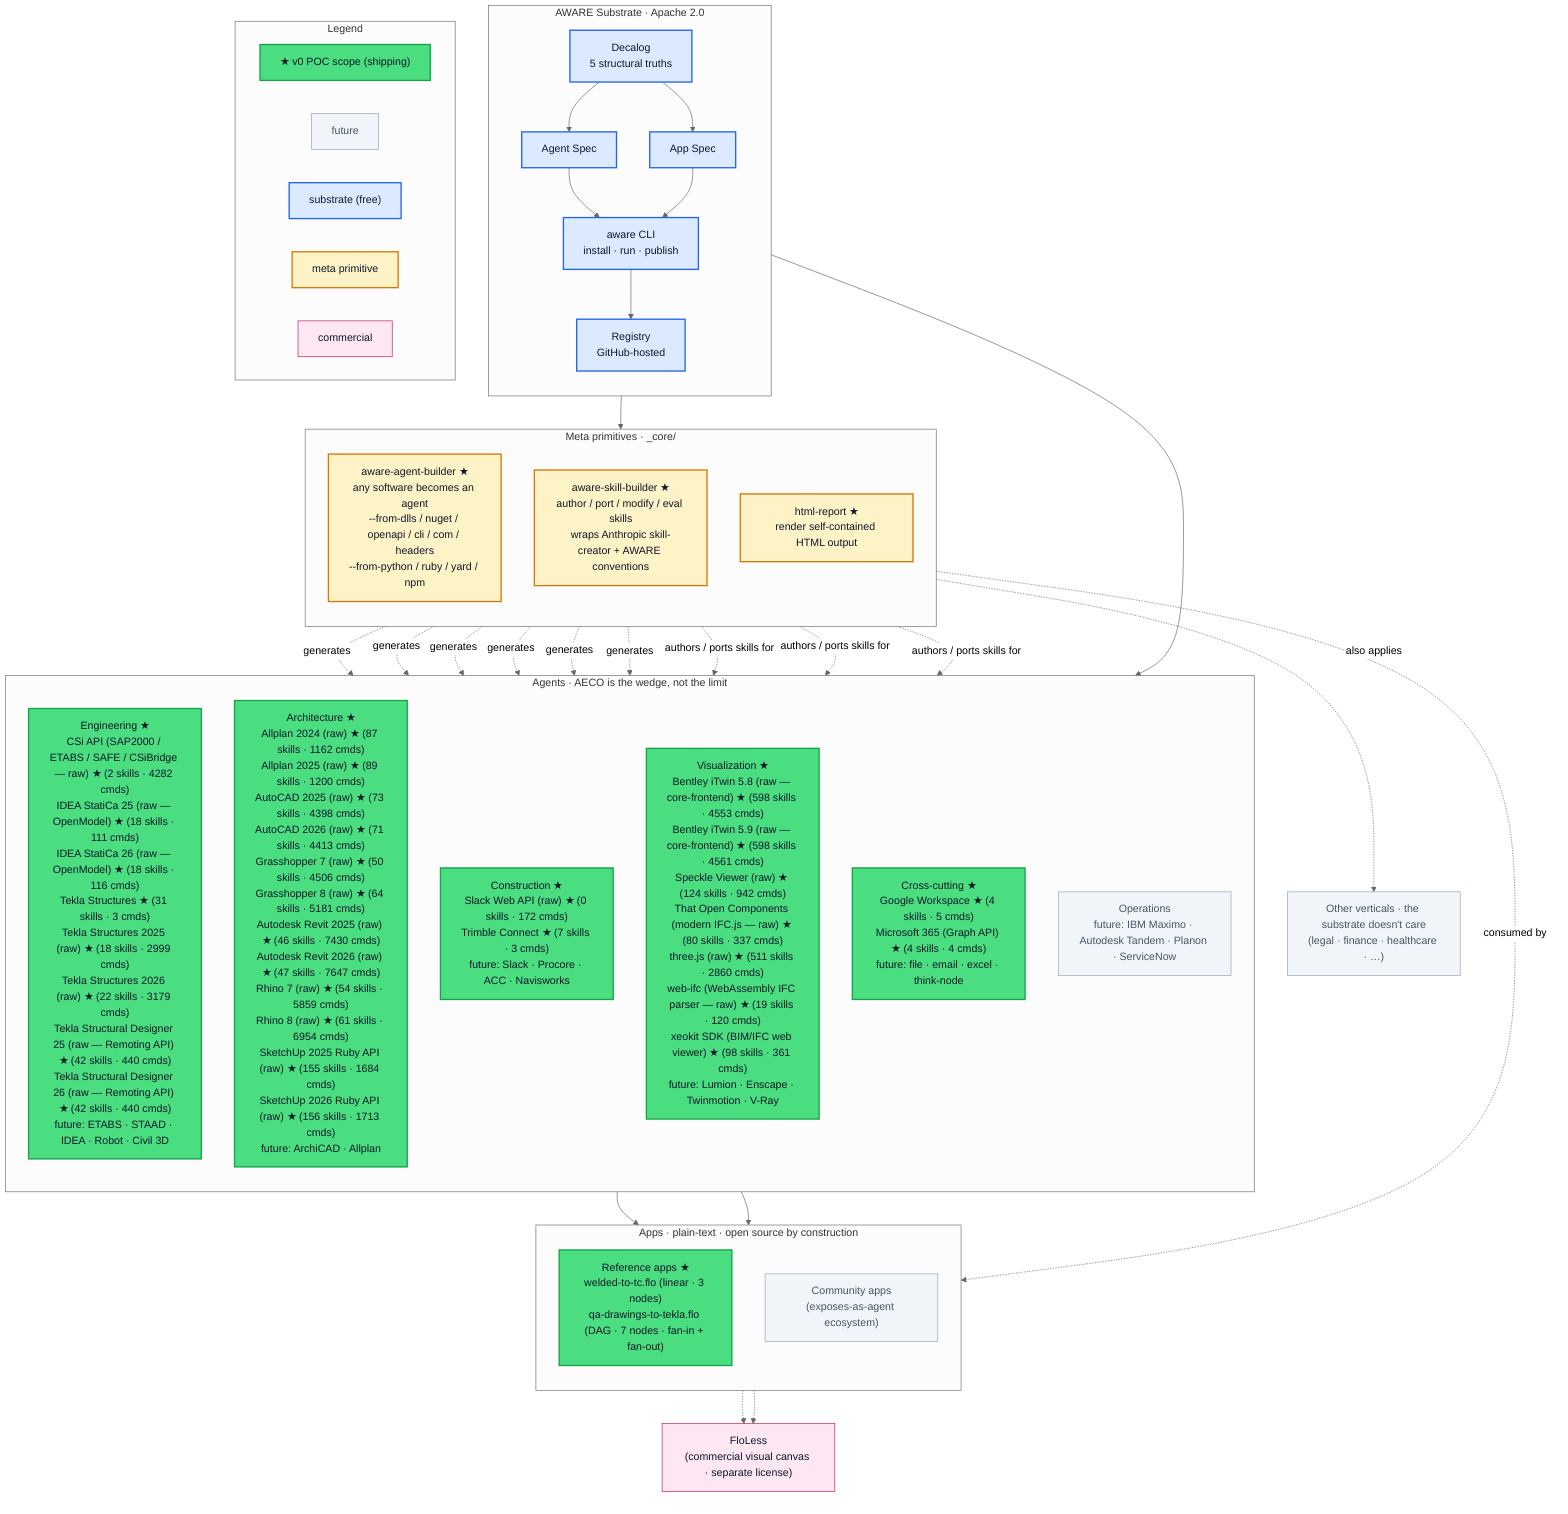
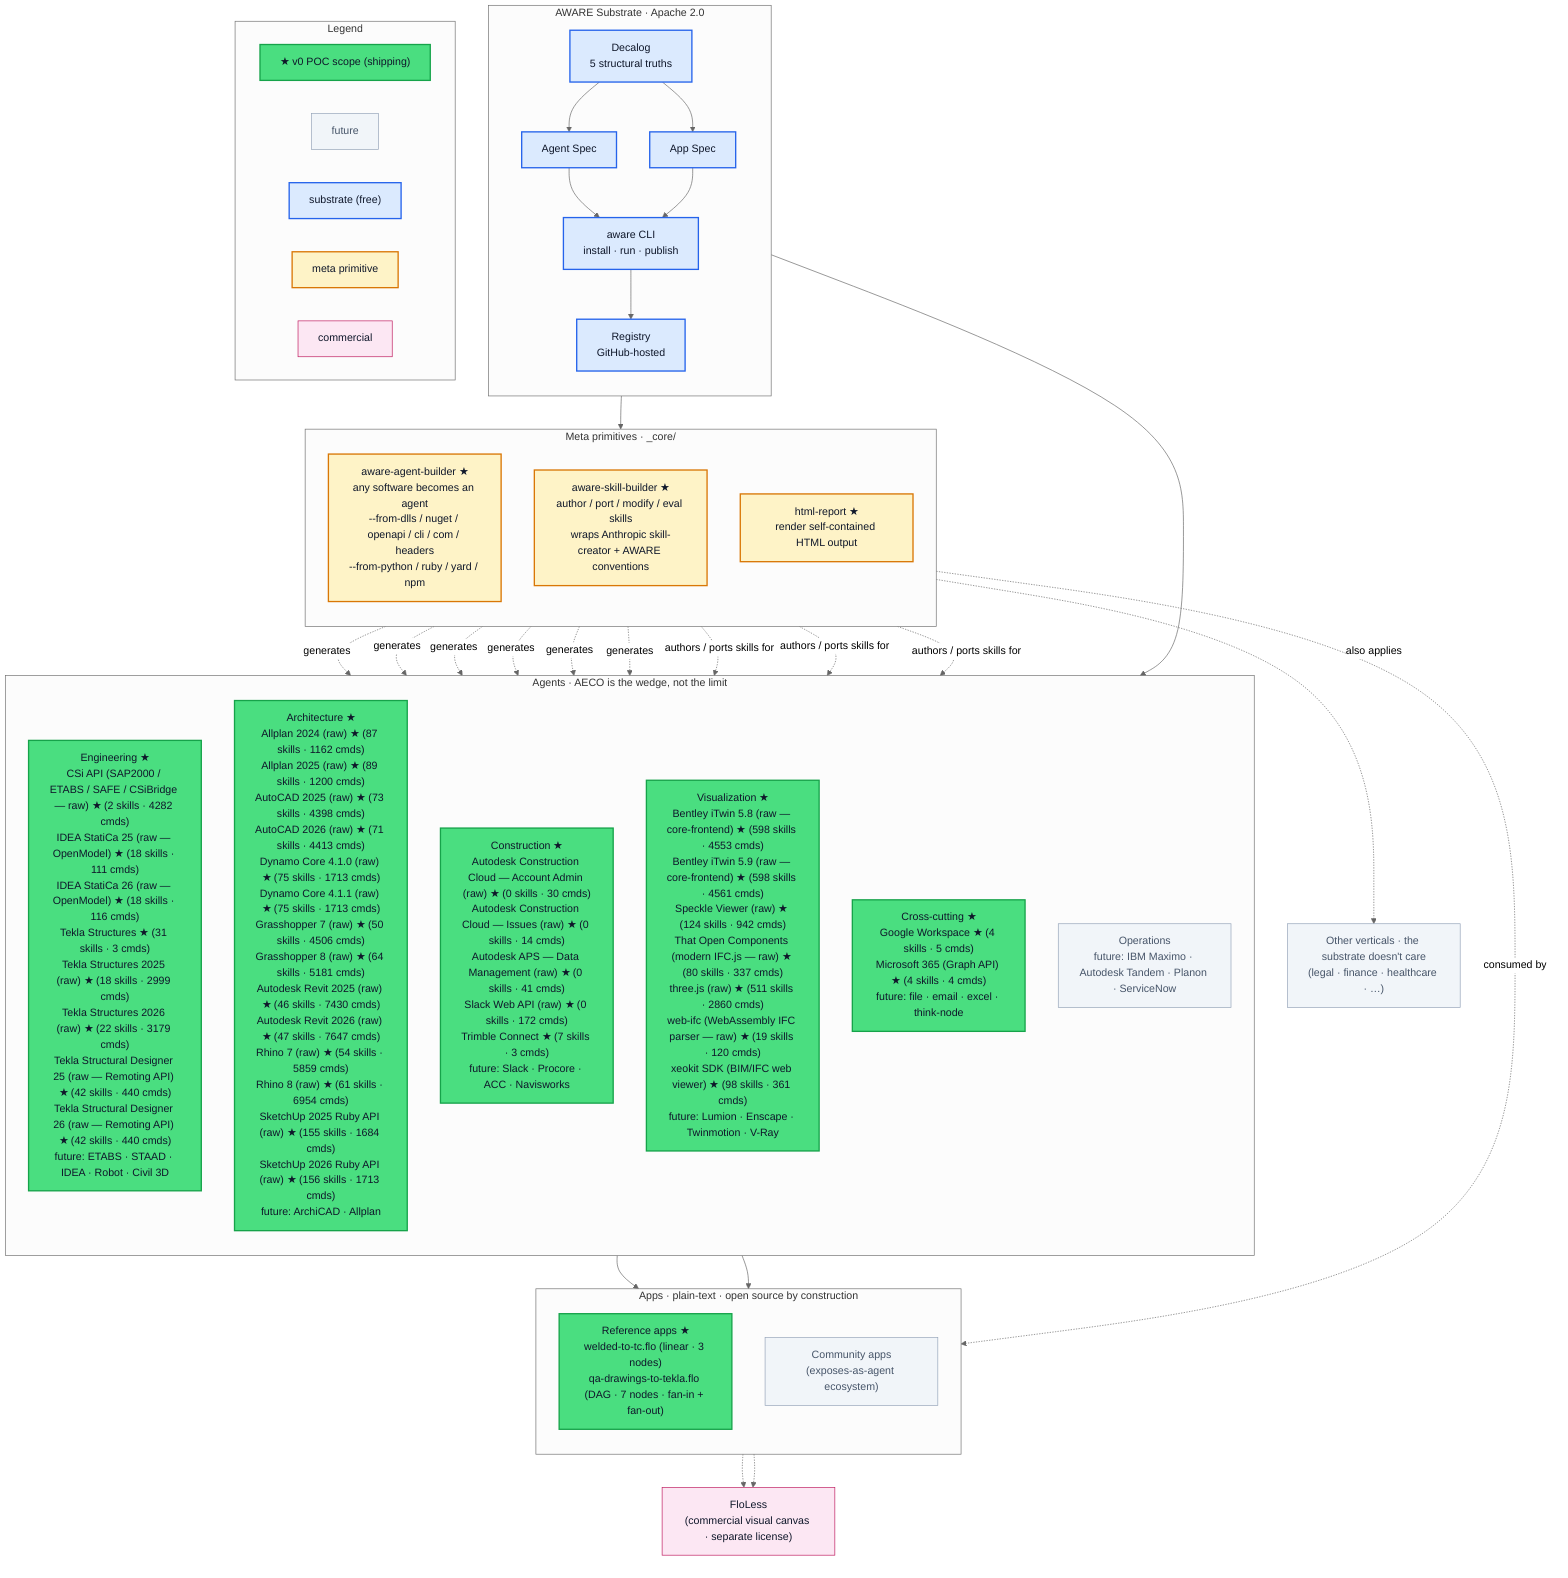
%%{init: {'theme':'neutral'}}%%
graph TB

  %% =========================================================
  %% Style classes
  %% =========================================================
  classDef poc        fill:#4ade80,stroke:#16a34a,color:#0f172a,stroke-width:2px
  classDef future     fill:#f1f5f9,stroke:#94a3b8,color:#475569
  classDef substrate  fill:#dbeafe,stroke:#2563eb,color:#0f172a,stroke-width:2px
  classDef meta       fill:#fef3c7,stroke:#d97706,color:#0f172a,stroke-width:2px
  classDef app        fill:#e0e7ff,stroke:#6366f1,color:#0f172a
  classDef commercial fill:#fce7f3,stroke:#be185d,color:#0f172a

  %% =========================================================
  %% Substrate · Apache 2.0
  %% =========================================================
  subgraph SUB["AWARE Substrate · Apache 2.0"]
    direction TB
    Decalog["Decalog<br/>5 structural truths"]:::substrate
    AgentSpec["Agent Spec"]:::substrate
    AppSpec["App Spec"]:::substrate
    CLI["aware CLI<br/>install · run · publish"]:::substrate
    Registry["Registry<br/>GitHub-hosted"]:::substrate

    Decalog --> AgentSpec
    Decalog --> AppSpec
    AgentSpec --> CLI
    AppSpec --> CLI
    CLI --> Registry
  end

  %% =========================================================
  %% Meta primitives — under _core/
  %% =========================================================
  subgraph META["Meta primitives · _core/"]
    direction TB
    Builder["aware-agent-builder ★<br/>any software becomes an agent<br/>--from-dlls / nuget / openapi / cli / com / headers<br/>--from-python / ruby / yard / npm"]:::meta
    SkillBuilder["aware-skill-builder ★<br/>author / port / modify / eval skills<br/>wraps Anthropic skill-creator + AWARE conventions"]:::meta
    HtmlReport["html-report ★<br/>render self-contained HTML output"]:::meta
  end

  %% =========================================================
  %% Agents · AECO (the wedge)
  %% =========================================================
  subgraph AGENTS["Agents · AECO is the wedge, not the limit"]
    direction TB

    %% AWARE-AUTOGEN-AGENTS-BEGIN (regenerated by `aware diagram regenerate --in-place 40-diagrams/aware-master.mmd`)
    Eng["Engineering ★<br/>CSi API (SAP2000 / ETABS / SAFE / CSiBridge — raw) ★ (2 skills · 4282 cmds)<br/>IDEA StatiCa 25 (raw — OpenModel) ★ (18 skills · 111 cmds)<br/>IDEA StatiCa 26 (raw — OpenModel) ★ (18 skills · 116 cmds)<br/>Tekla Structures ★ (31 skills · 3 cmds)<br/>Tekla Structures 2025 (raw) ★ (18 skills · 2999 cmds)<br/>Tekla Structures 2026 (raw) ★ (22 skills · 3179 cmds)<br/>Tekla Structural Designer 25 (raw — Remoting API) ★ (42 skills · 440 cmds)<br/>Tekla Structural Designer 26 (raw — Remoting API) ★ (42 skills · 440 cmds)<br/>future: ETABS · STAAD · IDEA · Robot · Civil 3D"]:::poc
-     Arch["Architecture ★<br/>Allplan 2024 (raw) ★ (87 skills · 1162 cmds)<br/>Allplan 2025 (raw) ★ (89 skills · 1200 cmds)<br/>AutoCAD 2025 (raw) ★ (73 skills · 4398 cmds)<br/>AutoCAD 2026 (raw) ★ (71 skills · 4413 cmds)<br/>Grasshopper 7 (raw) ★ (50 skills · 4506 cmds)<br/>Grasshopper 8 (raw) ★ (64 skills · 5181 cmds)<br/>Autodesk Revit 2025 (raw) ★ (46 skills · 7430 cmds)<br/>Autodesk Revit 2026 (raw) ★ (47 skills · 7647 cmds)<br/>Rhino 7 (raw) ★ (54 skills · 5859 cmds)<br/>Rhino 8 (raw) ★ (61 skills · 6954 cmds)<br/>SketchUp 2025 Ruby API (raw) ★ (155 skills · 1684 cmds)<br/>SketchUp 2026 Ruby API (raw) ★ (156 skills · 1713 cmds)<br/>future: ArchiCAD · Allplan"]:::poc
-     Cons["Construction ★<br/>Slack Web API (raw) ★ (0 skills · 172 cmds)<br/>Trimble Connect ★ (7 skills · 3 cmds)<br/>future: Slack · Procore · ACC · Navisworks"]:::poc
+     Arch["Architecture ★<br/>Allplan 2024 (raw) ★ (87 skills · 1162 cmds)<br/>Allplan 2025 (raw) ★ (89 skills · 1200 cmds)<br/>AutoCAD 2025 (raw) ★ (73 skills · 4398 cmds)<br/>AutoCAD 2026 (raw) ★ (71 skills · 4413 cmds)<br/>Dynamo Core 4.1.0 (raw) ★ (75 skills · 1713 cmds)<br/>Dynamo Core 4.1.1 (raw) ★ (75 skills · 1713 cmds)<br/>Grasshopper 7 (raw) ★ (50 skills · 4506 cmds)<br/>Grasshopper 8 (raw) ★ (64 skills · 5181 cmds)<br/>Autodesk Revit 2025 (raw) ★ (46 skills · 7430 cmds)<br/>Autodesk Revit 2026 (raw) ★ (47 skills · 7647 cmds)<br/>Rhino 7 (raw) ★ (54 skills · 5859 cmds)<br/>Rhino 8 (raw) ★ (61 skills · 6954 cmds)<br/>SketchUp 2025 Ruby API (raw) ★ (155 skills · 1684 cmds)<br/>SketchUp 2026 Ruby API (raw) ★ (156 skills · 1713 cmds)<br/>future: ArchiCAD · Allplan"]:::poc
+     Cons["Construction ★<br/>Autodesk Construction Cloud — Account Admin (raw) ★ (0 skills · 30 cmds)<br/>Autodesk Construction Cloud — Issues (raw) ★ (0 skills · 14 cmds)<br/>Autodesk APS — Data Management (raw) ★ (0 skills · 41 cmds)<br/>Slack Web API (raw) ★ (0 skills · 172 cmds)<br/>Trimble Connect ★ (7 skills · 3 cmds)<br/>future: Slack · Procore · ACC · Navisworks"]:::poc
    Viz["Visualization ★<br/>Bentley iTwin 5.8 (raw — core-frontend) ★ (598 skills · 4553 cmds)<br/>Bentley iTwin 5.9 (raw — core-frontend) ★ (598 skills · 4561 cmds)<br/>Speckle Viewer (raw) ★ (124 skills · 942 cmds)<br/>That Open Components (modern IFC.js — raw) ★ (80 skills · 337 cmds)<br/>three.js (raw) ★ (511 skills · 2860 cmds)<br/>web-ifc (WebAssembly IFC parser — raw) ★ (19 skills · 120 cmds)<br/>xeokit SDK (BIM/IFC web viewer) ★ (98 skills · 361 cmds)<br/>future: Lumion · Enscape · Twinmotion · V-Ray"]:::poc
    Cross["Cross-cutting ★<br/>Google Workspace ★ (4 skills · 5 cmds)<br/>Microsoft 365 (Graph API) ★ (4 skills · 4 cmds)<br/>future: file · email · excel · think-node"]:::poc
    Ops["Operations<br/>future: IBM Maximo · Autodesk Tandem · Planon · ServiceNow"]:::future
%% AWARE-AUTOGEN-AGENTS-END
  end

  Other["Other verticals · the substrate doesn't care<br/>(legal · finance · healthcare · …)"]:::future

  %% =========================================================
  %% Apps · plain-text compositions
  %% =========================================================
  subgraph APPS["Apps · plain-text · open source by construction"]
    direction TB
    Refs["Reference apps ★<br/>welded-to-tc.flo (linear · 3 nodes)<br/>qa-drawings-to-tekla.flo (DAG · 7 nodes · fan-in + fan-out)"]:::poc
    Community["Community apps<br/>(exposes-as-agent ecosystem)"]:::future
  end

  %% =========================================================
  %% Commercial layer
  %% =========================================================
  FloLess["FloLess<br/>(commercial visual canvas · separate license)"]:::commercial

  %% =========================================================
  %% Wiring
  %% =========================================================
  Registry --> META
  Registry --> AGENTS

  Builder -. generates .-> Eng
  Builder -. generates .-> Cons
  Builder -. generates .-> Cross
  Builder -. generates .-> Arch
  Builder -. generates .-> Viz
  Builder -. generates .-> Ops
  Builder -. also applies .-> Other

  SkillBuilder -. authors / ports skills for .-> Eng
  SkillBuilder -. authors / ports skills for .-> Cons
  SkillBuilder -. authors / ports skills for .-> Cross

  AGENTS --> Refs
  AGENTS --> Community
  HtmlReport -. consumed by .-> Refs

  Refs -.-> FloLess
  Community -.-> FloLess

  %% =========================================================
  %% Legend
  %% =========================================================
  subgraph LEGEND["Legend"]
    direction LR
    LegPoc["★ v0 POC scope (shipping)"]:::poc
    LegFut["future"]:::future
    LegSub["substrate (free)"]:::substrate
    LegMeta["meta primitive"]:::meta
    LegComm["commercial"]:::commercial
  end
